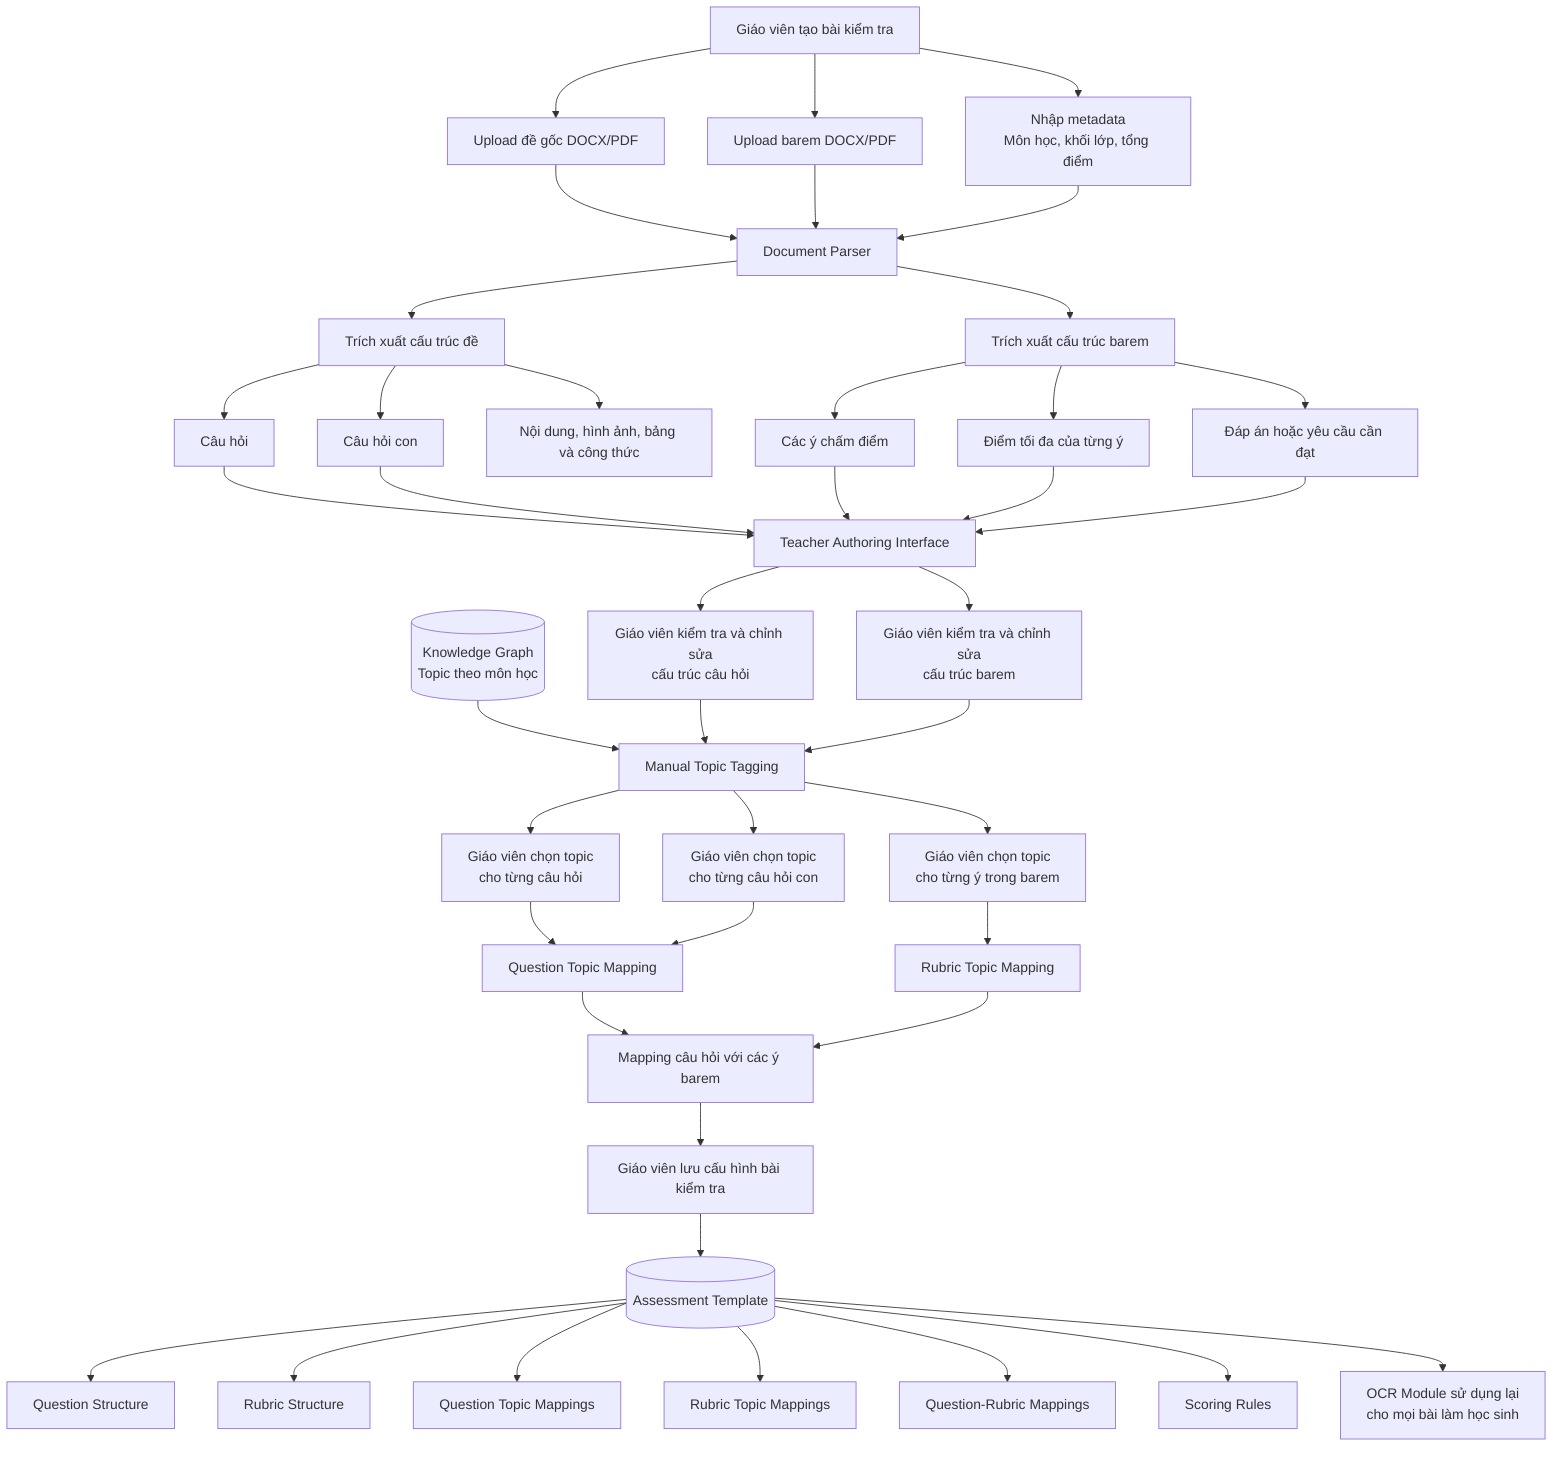
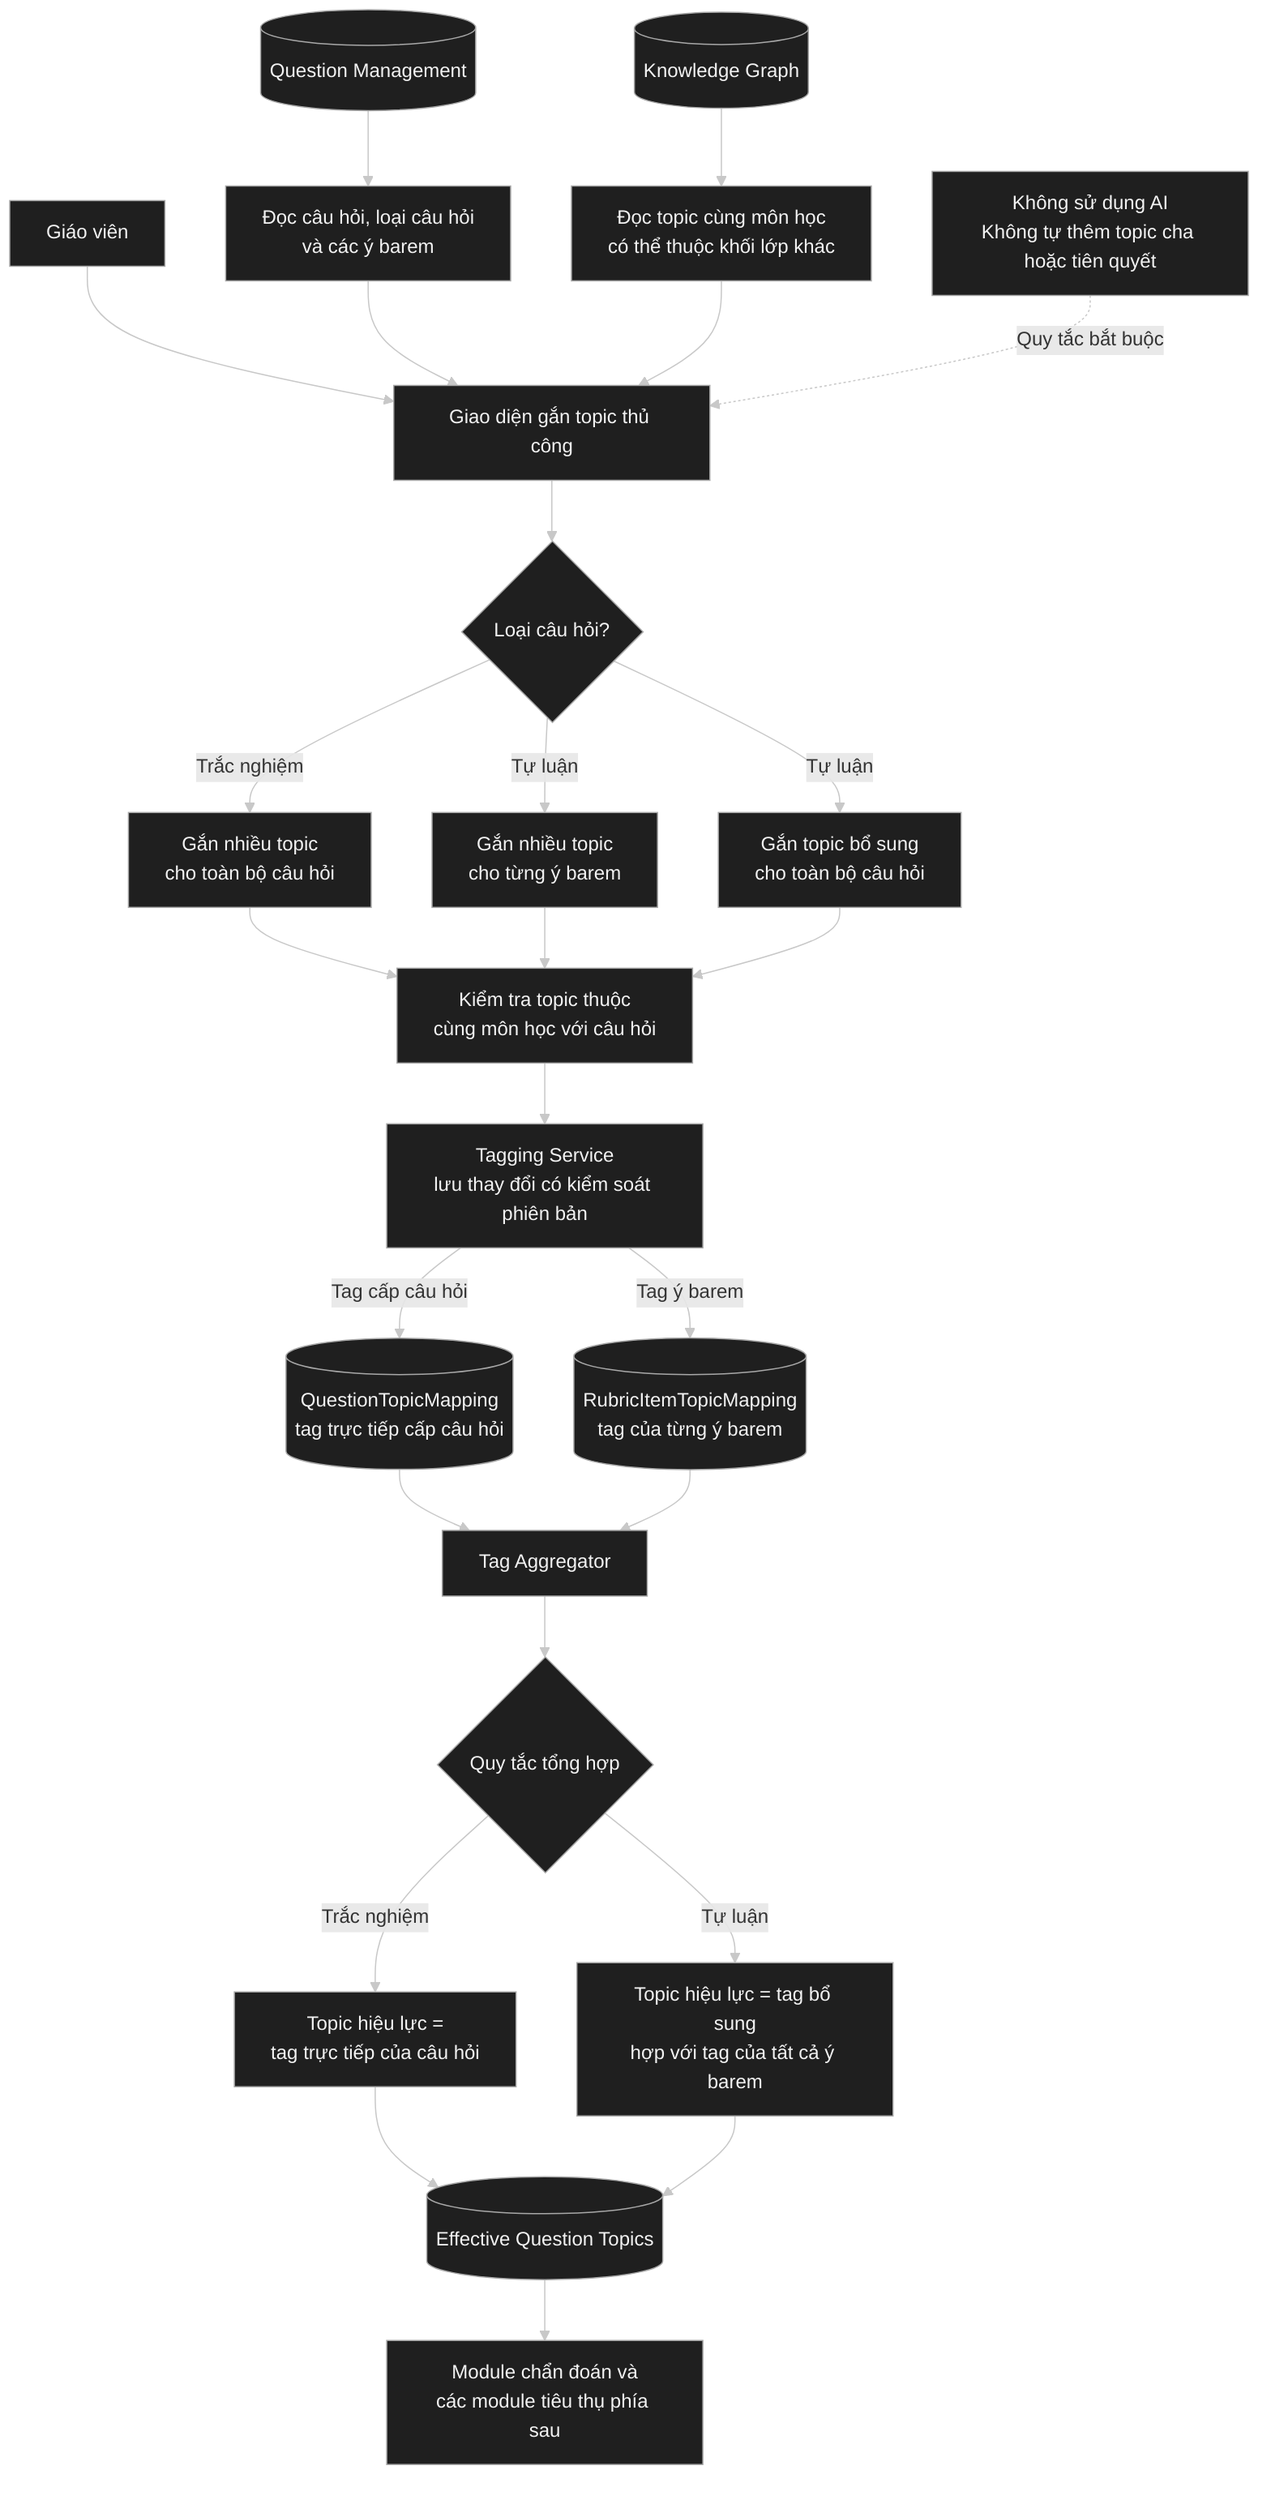
+ %%{init: {"theme": "base", "themeVariables": {"background": "#1f1f1f", "primaryColor": "#1f1f1f", "primaryTextColor": "#f3f3f3", "primaryBorderColor": "#a8a8a8", "secondaryColor": "#1f1f1f", "tertiaryColor": "#1f1f1f", "mainBkg": "#1f1f1f", "nodeBorder": "#a8a8a8", "textColor": "#f3f3f3", "lineColor": "#c8c8c8", "defaultLinkColor": "#c8c8c8", "edgeLabelBackground": "#1f1f1f", "fontFamily": "Georgia, 'Times New Roman', serif"}}}%%
flowchart TD
-     A[Giáo viên tạo bài kiểm tra] --> B[Upload đề gốc DOCX/PDF]
-     A --> C[Upload barem DOCX/PDF]
-     A --> D[Nhập metadata<br/>Môn học, khối lớp, tổng điểm]
+     GV[Giáo viên] --> UI[Giao diện gắn topic thủ công]

-     B --> E[Document Parser]
-     C --> E
-     D --> E
+     QMS[(Question Management)] --> CTX[Đọc câu hỏi, loại câu hỏi<br/>và các ý barem]
+     KG[(Knowledge Graph)] --> TOPIC[Đọc topic cùng môn học<br/>có thể thuộc khối lớp khác]

-     E --> F[Trích xuất cấu trúc đề]
-     F --> F1[Câu hỏi]
-     F --> F2[Câu hỏi con]
-     F --> F3[Nội dung, hình ảnh, bảng và công thức]
+     CTX --> UI
+     TOPIC --> UI
+     UI --> TYPE{Loại câu hỏi?}

-     E --> G[Trích xuất cấu trúc barem]
-     G --> G1[Các ý chấm điểm]
-     G --> G2[Điểm tối đa của từng ý]
-     G --> G3[Đáp án hoặc yêu cầu cần đạt]
+     TYPE -- Trắc nghiệm --> QT[Gắn nhiều topic<br/>cho toàn bộ câu hỏi]
+     TYPE -- Tự luận --> RT[Gắn nhiều topic<br/>cho từng ý barem]
+     TYPE -- Tự luận --> QET[Gắn topic bổ sung<br/>cho toàn bộ câu hỏi]

-     F1 --> H[Teacher Authoring Interface]
-     F2 --> H
-     G1 --> H
-     G2 --> H
-     G3 --> H
+     QT --> VALIDATE[Kiểm tra topic thuộc<br/>cùng môn học với câu hỏi]
+     RT --> VALIDATE
+     QET --> VALIDATE

-     H --> I[Giáo viên kiểm tra và chỉnh sửa<br/>cấu trúc câu hỏi]
-     H --> J[Giáo viên kiểm tra và chỉnh sửa<br/>cấu trúc barem]
+     VALIDATE --> SAVE[Tagging Service<br/>lưu thay đổi có kiểm soát phiên bản]
+     SAVE -- Tag cấp câu hỏi --> QMAP[(QuestionTopicMapping<br/>tag trực tiếp cấp câu hỏi)]
+     SAVE -- Tag ý barem --> RMAP[(RubricItemTopicMapping<br/>tag của từng ý barem)]

-     KG[(Knowledge Graph<br/>Topic theo môn học)] --> K[Manual Topic Tagging]
+     QMAP --> AGG[Tag Aggregator]
+     RMAP --> AGG

-     I --> K
-     J --> K
+     AGG --> RULE{Quy tắc tổng hợp}
+     RULE -- Trắc nghiệm --> MCQ[Topic hiệu lực =<br/>tag trực tiếp của câu hỏi]
+     RULE -- Tự luận --> ESSAY[Topic hiệu lực = tag bổ sung<br/>hợp với tag của tất cả ý barem]

-     K --> K1[Giáo viên chọn topic<br/>cho từng câu hỏi]
-     K --> K2[Giáo viên chọn topic<br/>cho từng câu hỏi con]
-     K --> K3[Giáo viên chọn topic<br/>cho từng ý trong barem]
+     MCQ --> OUT[(Effective Question Topics)]
+     ESSAY --> OUT
+     OUT --> CONSUMER[Module chẩn đoán và<br/>các module tiêu thụ phía sau]

-     K1 --> L[Question Topic Mapping]
-     K2 --> L
-     K3 --> M[Rubric Topic Mapping]
+     NOTE[Không sử dụng AI<br/>Không tự thêm topic cha hoặc tiên quyết]
+     NOTE -. Quy tắc bắt buộc .-> UI

-     L --> N[Mapping câu hỏi với các ý barem]
-     M --> N
- 
-     N --> O[Giáo viên lưu cấu hình bài kiểm tra]
- 
-     O --> P[(Assessment Template)]
- 
-     P --> P1[Question Structure]
-     P --> P2[Rubric Structure]
-     P --> P3[Question Topic Mappings]
-     P --> P4[Rubric Topic Mappings]
-     P --> P5[Question-Rubric Mappings]
-     P --> P6[Scoring Rules]
- 
-     P --> Q[OCR Module sử dụng lại<br/>cho mọi bài làm học sinh]+     classDef default fill:#1f1f1f,stroke:#a8a8a8,color:#f3f3f3,stroke-width:1px
+     linkStyle default stroke:#c8c8c8,stroke-width:1px
